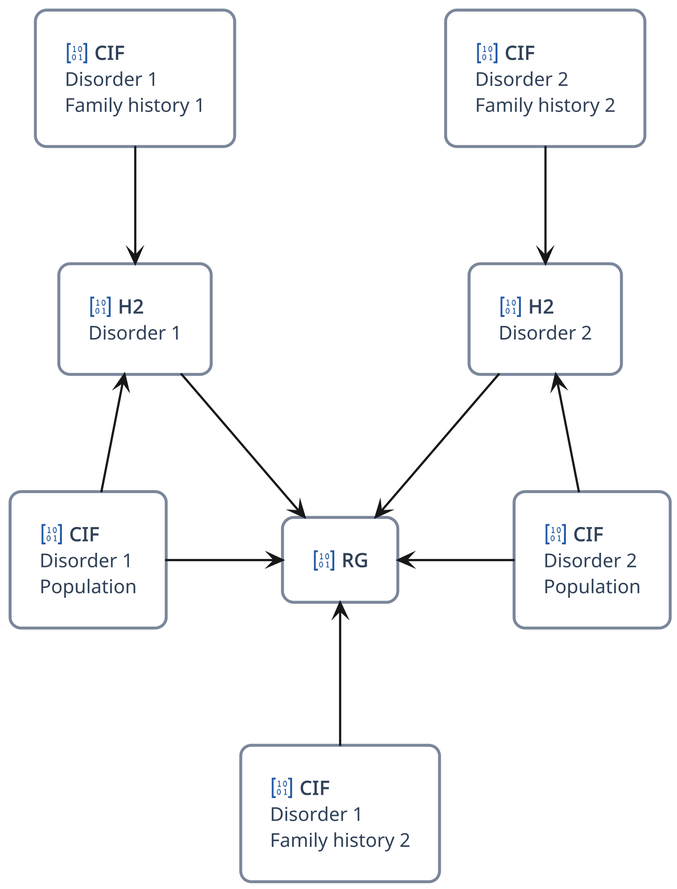
This is guides/diagrams/pipeline-dag.png from BioPsyk/epimight, a PlantUML export, as it was before one commit. The source it was exported from:
```plantuml
@startuml
!include <material7.4.47/Database/DatabaseClock>
!include <material7.4.47/Science/Flask>
!include <material/account>
!include <material/chart_line>
!include <material/data>
!include <material/database>
!include <material/matrix>
!include ../diagrams/ibp.puml

skinparam nodesep 80
skinparam ranksep 80

rectangle "<color:#255ba7><$ma_matrix{scale=0.35}></color> **CIF**\nDisorder 1\nPopulation" as cif_d1_pop
rectangle "<color:#255ba7><$ma_matrix{scale=0.35}></color> **CIF**\nDisorder 1\nFamily history 1" as cif_d1_fh1
rectangle "<color:#255ba7><$ma_matrix{scale=0.35}></color> **CIF**\nDisorder 2\nPopulation" as cif_d2_pop
rectangle "<color:#255ba7><$ma_matrix{scale=0.35}></color> **CIF**\nDisorder 2\nFamily history 2" as cif_d2_fh2
rectangle "<color:#255ba7><$ma_matrix{scale=0.35}></color> **CIF**\nDisorder 1\nFamily history 2" as cif_d1_fh2
rectangle "<color:#255ba7><$ma_matrix{scale=0.35}></color> **H2**\nDisorder 1" as h2_d1
rectangle "<color:#255ba7><$ma_matrix{scale=0.35}></color> **H2**\nDisorder 2" as h2_d2
rectangle "<color:#255ba7><$ma_matrix{scale=0.35}></color> **RG**" as rg


cif_d2_pop -UP-> h2_d2
cif_d2_fh2 --> h2_d2

cif_d1_pop -UP-> h2_d1
cif_d1_fh1 --> h2_d1

cif_d1_pop -RIGHT-> rg
cif_d1_fh2 -UP-> rg
cif_d2_pop -LEFT-> rg
h2_d1 --> rg
h2_d2 --> rg
@enduml
```
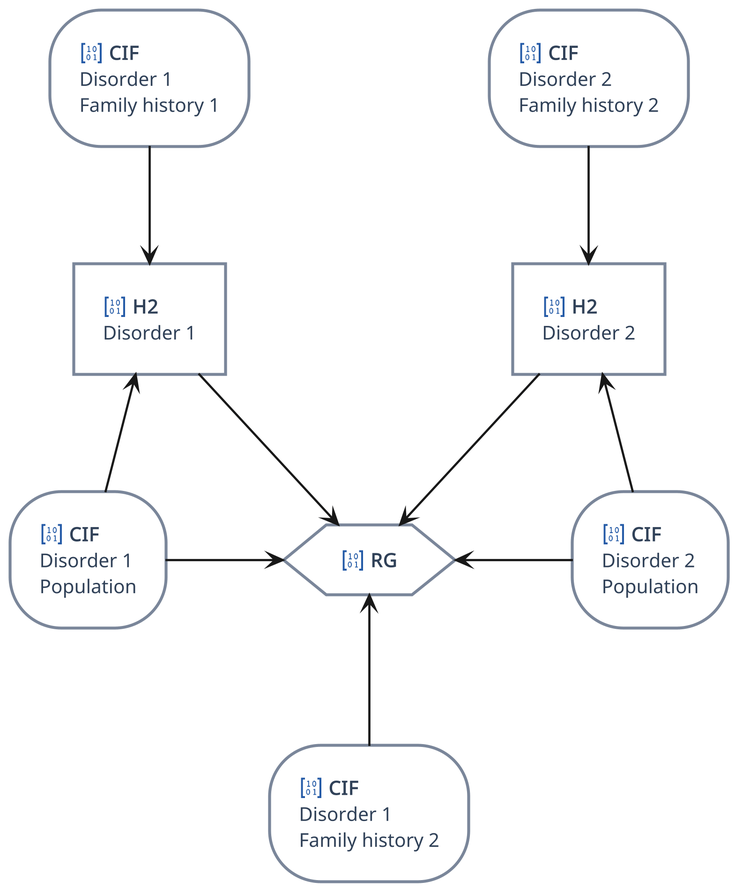
Later version of the same file.

Commit message:
Adds different shapes for different types of results

The edit, as a diff of the source:
```diff
@@ -11,15 +11,20 @@
 skinparam nodesep 80
 skinparam ranksep 80
 
-rectangle "<color:#255ba7><$ma_matrix{scale=0.35}></color> **CIF**\nDisorder 1\nPopulation" as cif_d1_pop
-rectangle "<color:#255ba7><$ma_matrix{scale=0.35}></color> **CIF**\nDisorder 1\nFamily history 1" as cif_d1_fh1
-rectangle "<color:#255ba7><$ma_matrix{scale=0.35}></color> **CIF**\nDisorder 2\nPopulation" as cif_d2_pop
-rectangle "<color:#255ba7><$ma_matrix{scale=0.35}></color> **CIF**\nDisorder 2\nFamily history 2" as cif_d2_fh2
-rectangle "<color:#255ba7><$ma_matrix{scale=0.35}></color> **CIF**\nDisorder 1\nFamily history 2" as cif_d1_fh2
+<style>
+  rectangle {
+    RoundCorner 0
+  }
+</style>
+
+storage "<color:#255ba7><$ma_matrix{scale=0.35}></color> **CIF**\nDisorder 1\nPopulation" as cif_d1_pop
+storage "<color:#255ba7><$ma_matrix{scale=0.35}></color> **CIF**\nDisorder 1\nFamily history 1" as cif_d1_fh1
+storage "<color:#255ba7><$ma_matrix{scale=0.35}></color> **CIF**\nDisorder 2\nPopulation" as cif_d2_pop
+storage "<color:#255ba7><$ma_matrix{scale=0.35}></color> **CIF**\nDisorder 2\nFamily history 2" as cif_d2_fh2
+storage "<color:#255ba7><$ma_matrix{scale=0.35}></color> **CIF**\nDisorder 1\nFamily history 2" as cif_d1_fh2
 rectangle "<color:#255ba7><$ma_matrix{scale=0.35}></color> **H2**\nDisorder 1" as h2_d1
 rectangle "<color:#255ba7><$ma_matrix{scale=0.35}></color> **H2**\nDisorder 2" as h2_d2
-rectangle "<color:#255ba7><$ma_matrix{scale=0.35}></color> **RG**" as rg
-
+hexagon "<color:#255ba7><$ma_matrix{scale=0.35}></color> **RG**" as rg
 
 cif_d2_pop -UP-> h2_d2
 cif_d2_fh2 --> h2_d2
```
